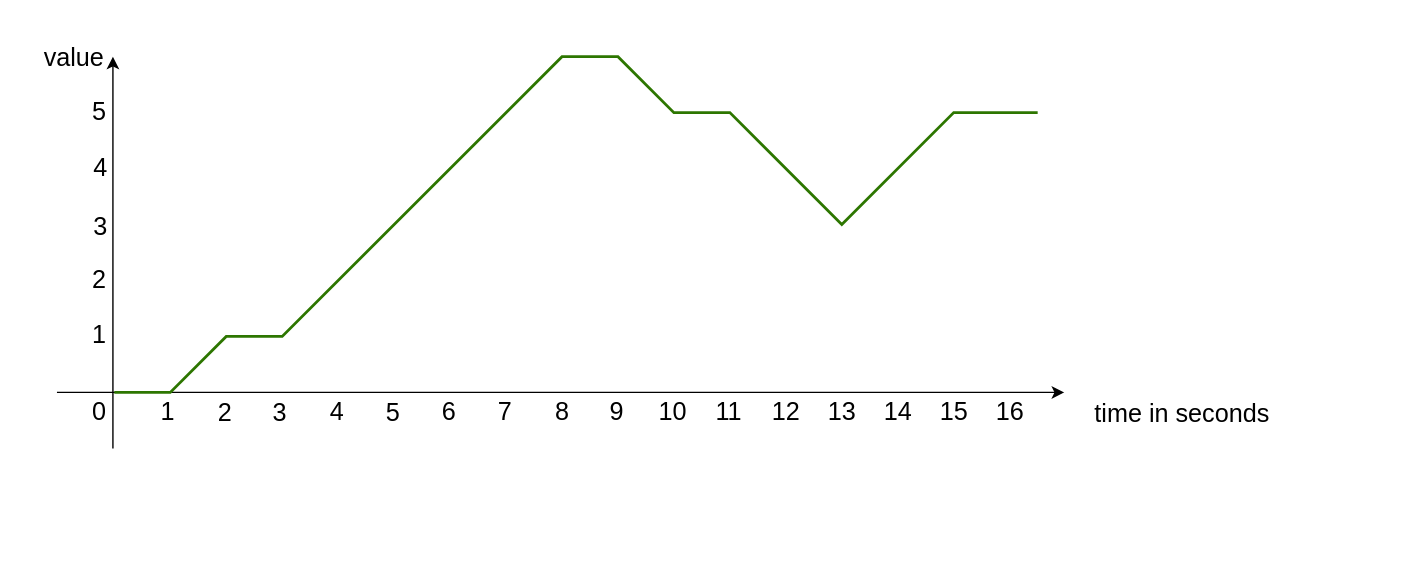
The draw.io diagram Documentation/Design/Control_INTEGRAL.svg in JirkaDellOro/FUDGE, before a commit. Source tidied: cells renumbered, new cells last; positions are measured from the earlier drawing's top-left corner, leaving out a move shared by most shapes. The source it was exported from:
```xml
<mxGraphModel>
  <root>
    <mxCell id="0" />
    <mxCell id="1" parent="0" />
    <mxCell id="2" style="rounded=0;whiteSpace=wrap;html=1;strokeColor=none;" parent="1" vertex="1">
      <mxGeometry width="1000" height="400" as="geometry" />
    </mxCell>
    <mxCell id="3" style="endArrow=classic;html=1;rounded=1;" parent="1" edge="1">
      <mxGeometry relative="1" as="geometry">
        <mxPoint x="80" y="320" as="sourcePoint" />
        <mxPoint x="80" y="40" as="targetPoint" />
      </mxGeometry>
    </mxCell>
    <mxCell id="4" value="value" style="edgeLabel;html=1;align=center;verticalAlign=middle;fontSize=18;" parent="3" vertex="1">
      <mxGeometry x="-0.9" y="-2" relative="1" as="geometry">
        <mxPoint x="-31" y="-266" as="offset" />
      </mxGeometry>
    </mxCell>
    <mxCell id="5" style="endArrow=classic;html=1;rounded=1;jumpStyle=none;" parent="1" edge="1">
      <mxGeometry relative="1" as="geometry">
        <mxPoint x="40" y="280" as="sourcePoint" />
        <mxPoint x="760" y="280" as="targetPoint" />
      </mxGeometry>
    </mxCell>
    <mxCell id="6" value="2" style="text;html=1;align=center;verticalAlign=middle;fontSize=18;" parent="1" vertex="1">
      <mxGeometry x="55" y="185" width="30" height="30" as="geometry" />
    </mxCell>
    <mxCell id="7" value="0" style="text;html=1;align=center;verticalAlign=middle;points=[];fontSize=18;" parent="1" vertex="1">
      <mxGeometry x="55" y="279" width="30" height="30" as="geometry" />
    </mxCell>
    <mxCell id="8" value="3" style="text;html=1;align=center;verticalAlign=middle;fontSize=18;rotation=0;" parent="1" vertex="1">
      <mxGeometry x="56" y="147" width="30" height="30" as="geometry" />
    </mxCell>
    <mxCell id="9" value="1" style="text;html=1;align=center;verticalAlign=middle;fontSize=18;" parent="1" vertex="1">
      <mxGeometry x="55" y="224" width="30" height="30" as="geometry" />
    </mxCell>
    <mxCell id="10" value="1" style="text;html=1;align=center;verticalAlign=middle;fontSize=18;" parent="1" vertex="1">
      <mxGeometry x="104" y="279" width="30" height="30" as="geometry" />
    </mxCell>
    <mxCell id="11" value="2" style="text;html=1;align=center;verticalAlign=middle;fontSize=18;" parent="1" vertex="1">
      <mxGeometry x="145" y="280" width="30" height="30" as="geometry" />
    </mxCell>
    <mxCell id="12" value="3" style="text;html=1;align=center;verticalAlign=middle;fontSize=18;" parent="1" vertex="1">
      <mxGeometry x="184" y="280" width="30" height="30" as="geometry" />
    </mxCell>
    <mxCell id="13" value="4" style="text;html=1;align=center;verticalAlign=middle;fontSize=18;" parent="1" vertex="1">
      <mxGeometry x="225" y="279" width="30" height="30" as="geometry" />
    </mxCell>
    <mxCell id="14" value="5" style="text;html=1;align=center;verticalAlign=middle;fontSize=18;" parent="1" vertex="1">
      <mxGeometry x="265" y="280" width="30" height="30" as="geometry" />
    </mxCell>
    <mxCell id="15" style="endArrow=none;html=1;fontSize=18;fontColor=#FF0000;fillColor=#60a917;strokeColor=#2D7600;strokeWidth=2;exitX=0.867;exitY=0.033;exitDx=0;exitDy=0;exitPerimeter=0;rounded=0;" parent="1" edge="1" source="7">
      <mxGeometry relative="1" as="geometry">
        <mxPoint x="741" y="80" as="targetPoint" />
        <Array as="points">
          <mxPoint x="121" y="280" />
          <mxPoint x="161" y="240" />
          <mxPoint x="201" y="240" />
          <mxPoint x="401" y="40" />
          <mxPoint x="441" y="40" />
          <mxPoint x="481" y="80" />
          <mxPoint x="521" y="80" />
          <mxPoint x="601" y="160" />
          <mxPoint x="681" y="80" />
        </Array>
      </mxGeometry>
    </mxCell>
    <mxCell id="16" value="&lt;span style=&quot;color: rgb(0 , 0 , 0) ; font-family: &amp;#34;helvetica&amp;#34; ; font-size: 18px ; font-style: normal ; font-weight: 400 ; letter-spacing: normal ; text-align: center ; text-indent: 0px ; text-transform: none ; word-spacing: 0px ; background-color: rgb(255 , 255 , 255) ; display: inline ; float: none&quot;&gt;time in seconds&lt;/span&gt;" style="text;whiteSpace=wrap;html=1;fontSize=18;fontColor=#FF0000;" parent="1" vertex="1">
      <mxGeometry x="780" y="279" width="140" height="40" as="geometry" />
    </mxCell>
    <mxCell id="17" value="6" style="text;html=1;align=center;verticalAlign=middle;fontSize=18;" parent="1" vertex="1">
      <mxGeometry x="305" y="279" width="30" height="30" as="geometry" />
    </mxCell>
    <mxCell id="18" value="7" style="text;html=1;align=center;verticalAlign=middle;fontSize=18;" parent="1" vertex="1">
      <mxGeometry x="345" y="279" width="30" height="30" as="geometry" />
    </mxCell>
    <mxCell id="19" value="8" style="text;html=1;align=center;verticalAlign=middle;fontSize=18;" parent="1" vertex="1">
      <mxGeometry x="386" y="279" width="30" height="30" as="geometry" />
    </mxCell>
    <mxCell id="20" value="9" style="text;html=1;align=center;verticalAlign=middle;fontSize=18;" parent="1" vertex="1">
      <mxGeometry x="425" y="279" width="30" height="30" as="geometry" />
    </mxCell>
    <mxCell id="21" value="10" style="text;html=1;align=center;verticalAlign=middle;fontSize=18;" parent="1" vertex="1">
      <mxGeometry x="460" y="279" width="40" height="30" as="geometry" />
    </mxCell>
    <mxCell id="22" value="11" style="text;html=1;align=center;verticalAlign=middle;fontSize=18;" parent="1" vertex="1">
      <mxGeometry x="505" y="279" width="30" height="30" as="geometry" />
    </mxCell>
    <mxCell id="23" value="12" style="text;html=1;align=center;verticalAlign=middle;fontSize=18;" parent="1" vertex="1">
      <mxGeometry x="541" y="279" width="40" height="30" as="geometry" />
    </mxCell>
    <mxCell id="24" value="13" style="text;html=1;align=center;verticalAlign=middle;fontSize=18;" parent="1" vertex="1">
      <mxGeometry x="581" y="279" width="40" height="30" as="geometry" />
    </mxCell>
    <mxCell id="25" value="14" style="text;html=1;align=center;verticalAlign=middle;fontSize=18;" parent="1" vertex="1">
      <mxGeometry x="621" y="279" width="40" height="30" as="geometry" />
    </mxCell>
    <mxCell id="26" value="15" style="text;html=1;align=center;verticalAlign=middle;fontSize=18;" parent="1" vertex="1">
      <mxGeometry x="661" y="279" width="40" height="30" as="geometry" />
    </mxCell>
    <mxCell id="27" value="16" style="text;html=1;align=center;verticalAlign=middle;fontSize=18;" parent="1" vertex="1">
      <mxGeometry x="701" y="279" width="40" height="30" as="geometry" />
    </mxCell>
    <mxCell id="28" value="4" style="text;html=1;align=center;verticalAlign=middle;fontSize=18;" parent="1" vertex="1">
      <mxGeometry x="56" y="105" width="30" height="30" as="geometry" />
    </mxCell>
    <mxCell id="29" value="5" style="text;html=1;align=center;verticalAlign=middle;fontSize=18;" parent="1" vertex="1">
      <mxGeometry x="55" y="65" width="30" height="30" as="geometry" />
    </mxCell>
    <mxCell id="30" value="&lt;br&gt;" style="text;html=1;align=center;verticalAlign=middle;fontSize=18;fontColor=#000000;" parent="1" vertex="1">
      <mxGeometry x="300" y="105" width="20" height="30" as="geometry" />
    </mxCell>
  </root>
</mxGraphModel>
```
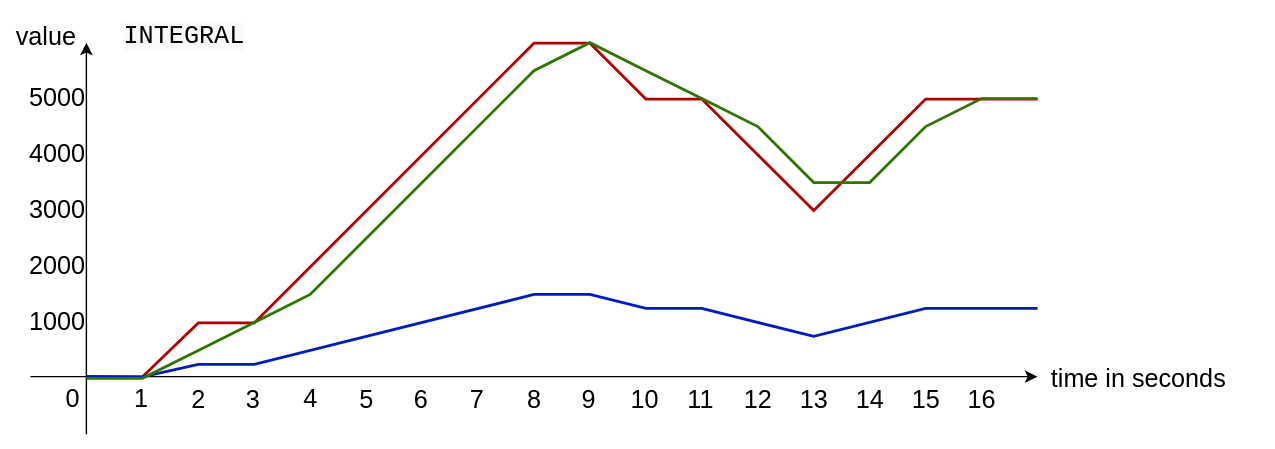
After the commit.

Commit message:
control diagrams

What changed in the source:
```diff
@@ -2,72 +2,47 @@
   <root>
     <mxCell id="0" />
     <mxCell id="1" parent="0" />
-    <mxCell id="2" style="rounded=0;whiteSpace=wrap;html=1;strokeColor=none;" parent="1" vertex="1">
-      <mxGeometry width="1000" height="400" as="geometry" />
-    </mxCell>
-    <mxCell id="3" style="endArrow=classic;html=1;rounded=1;" parent="1" edge="1">
-      <mxGeometry relative="1" as="geometry">
-        <mxPoint x="80" y="320" as="sourcePoint" />
-        <mxPoint x="80" y="40" as="targetPoint" />
-      </mxGeometry>
-    </mxCell>
+    <mxCell id="31" style="rounded=0;whiteSpace=wrap;html=1;strokeColor=none;" parent="1" vertex="1">
+      <mxGeometry x="20" y="8" width="910" height="320" as="geometry" />
+    </mxCell>
+    <mxCell id="32" style="endArrow=classic;html=1;rounded=1;" parent="1" edge="1">
+      <mxGeometry relative="1" as="geometry">
+        <mxPoint x="81" y="318" as="sourcePoint" />
+        <mxPoint x="81" y="38" as="targetPoint" />
+      </mxGeometry>
+    </mxCell>
+    <mxCell id="33" style="endArrow=classic;html=1;rounded=1;jumpStyle=none;" parent="1" edge="1">
+      <mxGeometry relative="1" as="geometry">
+        <mxPoint x="41" y="276.8" as="sourcePoint" />
+        <mxPoint x="761" y="276.8" as="targetPoint" />
+      </mxGeometry>
+    </mxCell>
+    <mxCell id="16" value="time in seconds" style="edgeLabel;html=1;align=center;verticalAlign=middle;fontSize=18;" parent="33" vertex="1">
+      <mxGeometry x="0.84" y="1" relative="1" as="geometry">
+        <mxPoint x="127" y="2.2" as="offset" />
+      </mxGeometry>
+    </mxCell>
+    <mxCell id="7" value="0" style="text;html=1;align=center;verticalAlign=middle;points=[];fontSize=18;" parent="1" vertex="1">
+      <mxGeometry x="56" y="278" width="30" height="30" as="geometry" />
+    </mxCell>
+    <mxCell id="34" value="1" style="text;html=1;align=center;verticalAlign=middle;fontSize=18;" parent="1" vertex="1">
+      <mxGeometry x="105" y="278" width="30" height="30" as="geometry" />
+    </mxCell>
+    <mxCell id="35" value="2" style="text;html=1;align=center;verticalAlign=middle;fontSize=18;" parent="1" vertex="1">
+      <mxGeometry x="146" y="279" width="30" height="30" as="geometry" />
+    </mxCell>
+    <mxCell id="12" value="3" style="text;html=1;align=center;verticalAlign=middle;fontSize=18;" parent="1" vertex="1">
+      <mxGeometry x="185" y="279" width="30" height="30" as="geometry" />
+    </mxCell>
+    <mxCell id="36" value="4" style="text;html=1;align=center;verticalAlign=middle;fontSize=18;" parent="1" vertex="1">
+      <mxGeometry x="226" y="278" width="30" height="30" as="geometry" />
+    </mxCell>
+    <mxCell id="37" value="5" style="text;html=1;align=center;verticalAlign=middle;fontSize=18;" parent="1" vertex="1">
+      <mxGeometry x="266" y="279" width="30" height="30" as="geometry" />
+    </mxCell>
-    <mxCell id="4" value="value" style="edgeLabel;html=1;align=center;verticalAlign=middle;fontSize=18;" parent="3" vertex="1">
-      <mxGeometry x="-0.9" y="-2" relative="1" as="geometry">
-        <mxPoint x="-31" y="-266" as="offset" />
-      </mxGeometry>
+    <mxCell id="4" value="value" style="edgeLabel;html=1;align=center;verticalAlign=middle;fontSize=18;" parent="1" vertex="1">
+      <mxGeometry x="51" y="33" as="geometry" />
     </mxCell>
-    <mxCell id="5" style="endArrow=classic;html=1;rounded=1;jumpStyle=none;" parent="1" edge="1">
-      <mxGeometry relative="1" as="geometry">
-        <mxPoint x="40" y="280" as="sourcePoint" />
-        <mxPoint x="760" y="280" as="targetPoint" />
-      </mxGeometry>
-    </mxCell>
-    <mxCell id="6" value="2" style="text;html=1;align=center;verticalAlign=middle;fontSize=18;" parent="1" vertex="1">
-      <mxGeometry x="55" y="185" width="30" height="30" as="geometry" />
-    </mxCell>
-    <mxCell id="7" value="0" style="text;html=1;align=center;verticalAlign=middle;points=[];fontSize=18;" parent="1" vertex="1">
-      <mxGeometry x="55" y="279" width="30" height="30" as="geometry" />
-    </mxCell>
-    <mxCell id="8" value="3" style="text;html=1;align=center;verticalAlign=middle;fontSize=18;rotation=0;" parent="1" vertex="1">
-      <mxGeometry x="56" y="147" width="30" height="30" as="geometry" />
-    </mxCell>
-    <mxCell id="9" value="1" style="text;html=1;align=center;verticalAlign=middle;fontSize=18;" parent="1" vertex="1">
-      <mxGeometry x="55" y="224" width="30" height="30" as="geometry" />
-    </mxCell>
-    <mxCell id="10" value="1" style="text;html=1;align=center;verticalAlign=middle;fontSize=18;" parent="1" vertex="1">
-      <mxGeometry x="104" y="279" width="30" height="30" as="geometry" />
-    </mxCell>
-    <mxCell id="11" value="2" style="text;html=1;align=center;verticalAlign=middle;fontSize=18;" parent="1" vertex="1">
-      <mxGeometry x="145" y="280" width="30" height="30" as="geometry" />
-    </mxCell>
-    <mxCell id="12" value="3" style="text;html=1;align=center;verticalAlign=middle;fontSize=18;" parent="1" vertex="1">
-      <mxGeometry x="184" y="280" width="30" height="30" as="geometry" />
-    </mxCell>
-    <mxCell id="13" value="4" style="text;html=1;align=center;verticalAlign=middle;fontSize=18;" parent="1" vertex="1">
-      <mxGeometry x="225" y="279" width="30" height="30" as="geometry" />
-    </mxCell>
-    <mxCell id="14" value="5" style="text;html=1;align=center;verticalAlign=middle;fontSize=18;" parent="1" vertex="1">
-      <mxGeometry x="265" y="280" width="30" height="30" as="geometry" />
-    </mxCell>
-    <mxCell id="15" style="endArrow=none;html=1;fontSize=18;fontColor=#FF0000;fillColor=#60a917;strokeColor=#2D7600;strokeWidth=2;exitX=0.867;exitY=0.033;exitDx=0;exitDy=0;exitPerimeter=0;rounded=0;" parent="1" edge="1" source="7">
-      <mxGeometry relative="1" as="geometry">
-        <mxPoint x="741" y="80" as="targetPoint" />
-        <Array as="points">
-          <mxPoint x="121" y="280" />
-          <mxPoint x="161" y="240" />
-          <mxPoint x="201" y="240" />
-          <mxPoint x="401" y="40" />
-          <mxPoint x="441" y="40" />
-          <mxPoint x="481" y="80" />
-          <mxPoint x="521" y="80" />
-          <mxPoint x="601" y="160" />
-          <mxPoint x="681" y="80" />
-        </Array>
-      </mxGeometry>
-    </mxCell>
-    <mxCell id="16" value="&lt;span style=&quot;color: rgb(0 , 0 , 0) ; font-family: &amp;#34;helvetica&amp;#34; ; font-size: 18px ; font-style: normal ; font-weight: 400 ; letter-spacing: normal ; text-align: center ; text-indent: 0px ; text-transform: none ; word-spacing: 0px ; background-color: rgb(255 , 255 , 255) ; display: inline ; float: none&quot;&gt;time in seconds&lt;/span&gt;" style="text;whiteSpace=wrap;html=1;fontSize=18;fontColor=#FF0000;" parent="1" vertex="1">
-      <mxGeometry x="780" y="279" width="140" height="40" as="geometry" />
-    </mxCell>
     <mxCell id="17" value="6" style="text;html=1;align=center;verticalAlign=middle;fontSize=18;" parent="1" vertex="1">
       <mxGeometry x="305" y="279" width="30" height="30" as="geometry" />
     </mxCell>
@@ -83,6 +58,9 @@
     <mxCell id="21" value="10" style="text;html=1;align=center;verticalAlign=middle;fontSize=18;" parent="1" vertex="1">
       <mxGeometry x="460" y="279" width="40" height="30" as="geometry" />
     </mxCell>
+    <mxCell id="38" value="&lt;div style=&quot;font-family: &amp;quot;consolas&amp;quot; , &amp;quot;courier new&amp;quot; , monospace ; font-weight: normal ; font-size: 18px ; line-height: 19px&quot;&gt;&lt;div style=&quot;font-size: 18px&quot;&gt;&lt;span style=&quot;text-align: center; background-color: rgb(248, 249, 250);&quot;&gt;INTEGRAL&lt;/span&gt;&lt;br&gt;&lt;/div&gt;&lt;/div&gt;" style="text;whiteSpace=wrap;html=1;labelBackgroundColor=#ffffff;fontSize=18;" parent="1" vertex="1">
+      <mxGeometry x="106" y="18" width="120" height="30" as="geometry" />
+    </mxCell>
     <mxCell id="22" value="11" style="text;html=1;align=center;verticalAlign=middle;fontSize=18;" parent="1" vertex="1">
       <mxGeometry x="505" y="279" width="30" height="30" as="geometry" />
     </mxCell>
@@ -101,14 +79,76 @@
     <mxCell id="27" value="16" style="text;html=1;align=center;verticalAlign=middle;fontSize=18;" parent="1" vertex="1">
       <mxGeometry x="701" y="279" width="40" height="30" as="geometry" />
     </mxCell>
-    <mxCell id="28" value="4" style="text;html=1;align=center;verticalAlign=middle;fontSize=18;" parent="1" vertex="1">
-      <mxGeometry x="56" y="105" width="30" height="30" as="geometry" />
-    </mxCell>
-    <mxCell id="29" value="5" style="text;html=1;align=center;verticalAlign=middle;fontSize=18;" parent="1" vertex="1">
-      <mxGeometry x="55" y="65" width="30" height="30" as="geometry" />
-    </mxCell>
-    <mxCell id="30" value="&lt;br&gt;" style="text;html=1;align=center;verticalAlign=middle;fontSize=18;fontColor=#000000;" parent="1" vertex="1">
-      <mxGeometry x="300" y="105" width="20" height="30" as="geometry" />
-    </mxCell>
+    <mxCell id="39" style="endArrow=none;html=1;fontSize=18;fontColor=#FF0000;fillColor=#e51400;rounded=0;endSize=6;shadow=0;strokeWidth=2;strokeColor=#B20000;" parent="1" edge="1">
+      <mxGeometry relative="1" as="geometry">
+        <mxPoint x="81" y="277" as="sourcePoint" />
+        <mxPoint x="761" y="78.3" as="targetPoint" />
+        <Array as="points">
+          <mxPoint x="121" y="277" />
+          <mxPoint x="161" y="238.3" />
+          <mxPoint x="201" y="238.3" />
+          <mxPoint x="401" y="38.4" />
+          <mxPoint x="441" y="38.4" />
+          <mxPoint x="481" y="78.4" />
+          <mxPoint x="521" y="78.4" />
+          <mxPoint x="601" y="158" />
+          <mxPoint x="681" y="78.4" />
+        </Array>
+      </mxGeometry>
+    </mxCell>
+    <mxCell id="40" value="1000" style="text;html=1;align=center;verticalAlign=middle;fontSize=18;" parent="1" vertex="1">
+      <mxGeometry x="30" y="223" width="60" height="30" as="geometry" />
+    </mxCell>
+    <mxCell id="41" value="2000" style="text;html=1;align=center;verticalAlign=middle;fontSize=18;" parent="1" vertex="1">
+      <mxGeometry x="30" y="183" width="60" height="30" as="geometry" />
+    </mxCell>
+    <mxCell id="42" value="3000" style="text;html=1;align=center;verticalAlign=middle;fontSize=18;" parent="1" vertex="1">
+      <mxGeometry x="30" y="143" width="60" height="30" as="geometry" />
+    </mxCell>
+    <mxCell id="43" value="4000" style="text;html=1;align=center;verticalAlign=middle;fontSize=18;" parent="1" vertex="1">
+      <mxGeometry x="30" y="103" width="60" height="30" as="geometry" />
+    </mxCell>
+    <mxCell id="44" value="5000" style="text;html=1;align=center;verticalAlign=middle;fontSize=18;" parent="1" vertex="1">
+      <mxGeometry x="30" y="63" width="60" height="30" as="geometry" />
+    </mxCell>
+    <mxCell id="45" style="endArrow=none;html=1;fontSize=18;fontColor=#FF0000;fillColor=#0050ef;rounded=0;endSize=6;shadow=0;strokeWidth=2;strokeColor=#001DBC;exitX=0.834;exitY=-0.047;exitDx=0;exitDy=0;exitPerimeter=0;" parent="1" edge="1" source="7">
+      <mxGeometry relative="1" as="geometry">
+        <mxPoint x="761" y="228" as="targetPoint" />
+        <Array as="points">
+          <mxPoint x="121" y="277" />
+          <mxPoint x="161" y="268" />
+          <mxPoint x="201" y="268" />
+          <mxPoint x="401" y="218" />
+          <mxPoint x="441" y="218" />
+          <mxPoint x="481" y="228" />
+          <mxPoint x="521" y="228" />
+          <mxPoint x="601" y="248" />
+          <mxPoint x="681" y="228" />
+        </Array>
+      </mxGeometry>
+    </mxCell>
+    <mxCell id="46" style="endArrow=none;html=1;fontSize=18;fontColor=#FF0000;fillColor=#60a917;endSize=6;shadow=0;strokeWidth=2;strokeColor=#2D7600;rounded=0;" parent="1" edge="1">
+      <mxGeometry relative="1" as="geometry">
+        <mxPoint x="81" y="278" as="sourcePoint" />
+        <mxPoint x="761" y="78" as="targetPoint" />
+        <Array as="points">
+          <mxPoint x="121" y="278" />
+          <mxPoint x="161" y="258" />
+          <mxPoint x="181" y="248" />
+          <mxPoint x="201" y="238" />
+          <mxPoint x="221" y="228" />
+          <mxPoint x="241" y="218" />
+          <mxPoint x="401" y="58" />
+          <mxPoint x="441" y="38" />
+          <mxPoint x="481" y="58" />
+          <mxPoint x="521" y="78" />
+          <mxPoint x="561" y="98" />
+          <mxPoint x="601" y="138" />
+          <mxPoint x="641" y="138" />
+          <mxPoint x="681" y="98" />
+          <mxPoint x="721" y="78" />
+        </Array>
+      </mxGeometry>
+    </mxCell>
   </root>
 </mxGraphModel>
```
